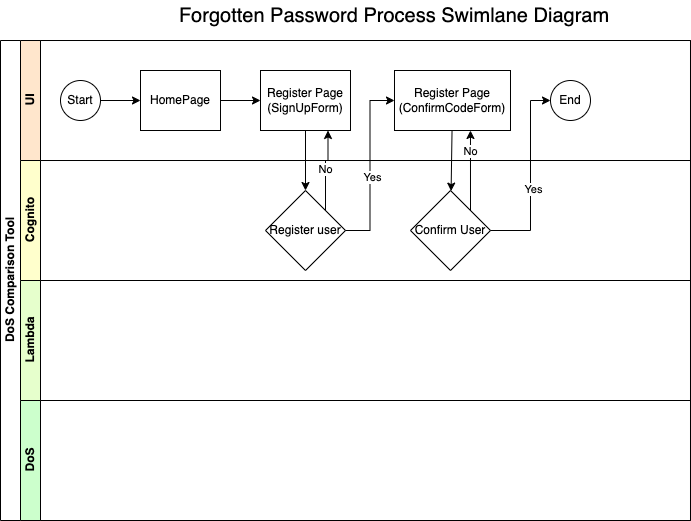
The draw.io diagram documentation/diagrams/processes/Forgotten-Password-Process.drawio.png in nhsd-exeter/dos-comparison-tool, before a commit. Source tidied: cells renumbered, new cells last; positions are measured from the earlier drawing's top-left corner, leaving out a move shared by most shapes.
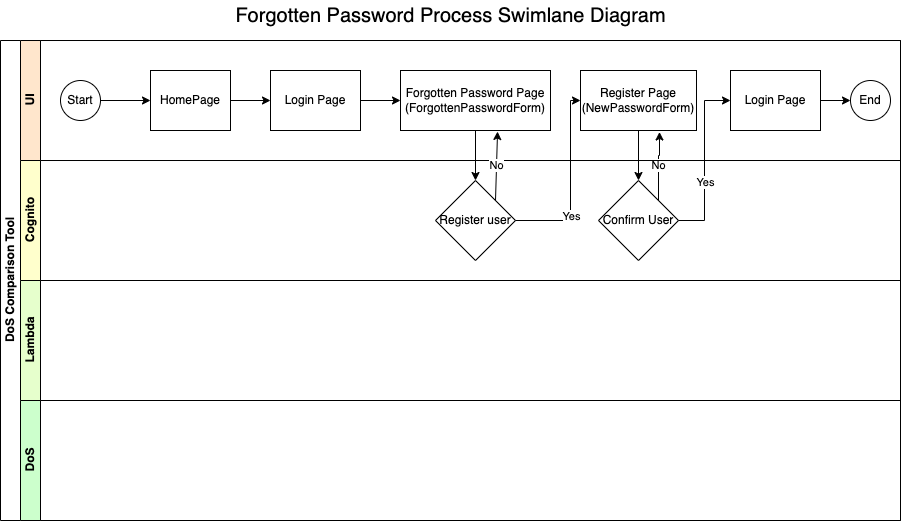
The same file after the commit.

The edit, as a diff of the source:
```diff
@@ -3,90 +3,97 @@
     <mxCell id="0" />
     <mxCell id="1" parent="0" />
     <mxCell id="2" value="DoS Comparison Tool" style="swimlane;html=1;horizontal=0;startSize=20;" parent="1" vertex="1">
-      <mxGeometry y="40" width="690" height="480" as="geometry" />
+      <mxGeometry x="10" y="50" width="900" height="480" as="geometry" />
     </mxCell>
     <mxCell id="3" value="UI" style="swimlane;html=1;startSize=20;horizontal=0;fillColor=#FFE6CC;" parent="2" vertex="1">
-      <mxGeometry x="20" width="670" height="120" as="geometry" />
+      <mxGeometry x="20" width="880" height="120" as="geometry" />
     </mxCell>
-    <mxCell id="4" style="edgeStyle=orthogonalEdgeStyle;rounded=0;jettySize=auto;html=1;" parent="3" edge="1" source="5" target="7">
+    <mxCell id="4" style="edgeStyle=orthogonalEdgeStyle;rounded=0;html=1;" parent="3" edge="1" source="5" target="7">
       <mxGeometry relative="1" as="geometry" />
     </mxCell>
-    <mxCell id="5" value="Start" style="ellipse;whiteSpace=wrap;html=1;" parent="3" vertex="1">
+    <mxCell id="5" value="Start" style="ellipse;whiteSpace=wrap;html=1;flipH=1;" parent="3" vertex="1">
       <mxGeometry x="40" y="40" width="40" height="40" as="geometry" />
     </mxCell>
-    <mxCell id="6" style="edgeStyle=none;html=1;" parent="3" edge="1" source="7" target="8">
-      <mxGeometry relative="1" as="geometry" />
-    </mxCell>
+    <mxCell id="26" style="edgeStyle=orthogonalEdgeStyle;rounded=0;html=1;" parent="3" edge="1" source="7" target="30">
+      <mxGeometry relative="1" as="geometry" />
+    </mxCell>
-    <mxCell id="7" value="HomePage" style="rounded=0;whiteSpace=wrap;html=1;fontFamily=Helvetica;fontSize=12;fontColor=#000000;align=center;" parent="3" vertex="1">
-      <mxGeometry x="120" y="30" width="80" height="60" as="geometry" />
+    <mxCell id="7" value="HomePage" style="rounded=0;whiteSpace=wrap;html=1;fontFamily=Helvetica;fontSize=12;fontColor=#000000;align=center;flipH=1;" parent="3" vertex="1">
+      <mxGeometry x="130" y="30" width="80" height="60" as="geometry" />
     </mxCell>
-    <mxCell id="8" value="Register Page (SignUpForm)" style="rounded=0;whiteSpace=wrap;html=1;fontFamily=Helvetica;fontSize=12;fontColor=#000000;align=center;" parent="3" vertex="1">
-      <mxGeometry x="240" y="30" width="90" height="60" as="geometry" />
-    </mxCell>
+    <mxCell id="27" value="Forgotten Password Page (ForgottenPasswordForm)" style="rounded=0;whiteSpace=wrap;html=1;fontFamily=Helvetica;fontSize=12;fontColor=#000000;align=center;flipH=1;" parent="3" vertex="1">
+      <mxGeometry x="380" y="30" width="150" height="60" as="geometry" />
+    </mxCell>
+    <mxCell id="28" value="Register Page (NewPasswordForm)" style="rounded=0;whiteSpace=wrap;html=1;fontFamily=Helvetica;fontSize=12;fontColor=#000000;align=center;flipH=1;" parent="3" vertex="1">
+      <mxGeometry x="560" y="30" width="116" height="60" as="geometry" />
+    </mxCell>
+    <mxCell id="29" style="edgeStyle=orthogonalEdgeStyle;rounded=0;html=1;" parent="3" edge="1" source="30" target="27">
+      <mxGeometry relative="1" as="geometry" />
+    </mxCell>
+    <mxCell id="30" value="Login Page" style="rounded=0;whiteSpace=wrap;html=1;fontFamily=Helvetica;fontSize=12;fontColor=#000000;align=center;flipH=1;" parent="3" vertex="1">
+      <mxGeometry x="250" y="30" width="90" height="60" as="geometry" />
+    </mxCell>
+    <mxCell id="31" style="edgeStyle=orthogonalEdgeStyle;rounded=0;html=1;" parent="3" edge="1" source="32" target="9">
+      <mxGeometry relative="1" as="geometry" />
+    </mxCell>
+    <mxCell id="32" value="Login Page" style="rounded=0;whiteSpace=wrap;html=1;fontFamily=Helvetica;fontSize=12;fontColor=#000000;align=center;flipH=1;" parent="3" vertex="1">
+      <mxGeometry x="710" y="30" width="90" height="60" as="geometry" />
+    </mxCell>
-    <mxCell id="9" value="End" style="ellipse;whiteSpace=wrap;html=1;" parent="3" vertex="1">
-      <mxGeometry x="530" y="40" width="40" height="40" as="geometry" />
+    <mxCell id="9" value="End" style="ellipse;whiteSpace=wrap;html=1;flipH=1;" parent="3" vertex="1">
+      <mxGeometry x="830" y="40" width="40" height="40" as="geometry" />
     </mxCell>
-    <mxCell id="10" value="Register Page (ConfirmCodeForm)" style="rounded=0;whiteSpace=wrap;html=1;fontFamily=Helvetica;fontSize=12;fontColor=#000000;align=center;" parent="3" vertex="1">
-      <mxGeometry x="374" y="30" width="116" height="60" as="geometry" />
-    </mxCell>
+    <mxCell id="33" style="edgeStyle=orthogonalEdgeStyle;rounded=0;html=1;entryX=0.5;entryY=0;entryDx=0;entryDy=0;" parent="2" edge="1" source="28" target="13">
+      <mxGeometry relative="1" as="geometry" />
+    </mxCell>
+    <mxCell id="34" value="No" style="edgeStyle=orthogonalEdgeStyle;rounded=0;html=1;exitX=1;exitY=0;exitDx=0;exitDy=0;entryX=0.319;entryY=1.025;entryDx=0;entryDy=0;entryPerimeter=0;" parent="2" edge="1" source="13" target="28">
+      <mxGeometry relative="1" as="geometry">
+        <Array as="points">
+          <mxPoint x="658" y="115" />
+          <mxPoint x="659" y="115" />
+        </Array>
+      </mxGeometry>
+    </mxCell>
     <mxCell id="11" value="Cognito" style="swimlane;html=1;startSize=20;horizontal=0;fillColor=#FFFFCC;" parent="2" vertex="1">
-      <mxGeometry x="20" y="120" width="670" height="120" as="geometry" />
+      <mxGeometry x="20" y="120" width="880" height="120" as="geometry" />
     </mxCell>
     <mxCell id="12" value="&lt;span&gt;Register user&lt;/span&gt;" style="rhombus;whiteSpace=wrap;html=1;" parent="11" vertex="1">
-      <mxGeometry x="245" y="30" width="80" height="80" as="geometry" />
+      <mxGeometry x="415" y="20" width="80" height="80" as="geometry" />
     </mxCell>
     <mxCell id="13" value="&lt;span&gt;Confirm User&lt;/span&gt;" style="rhombus;whiteSpace=wrap;html=1;" parent="11" vertex="1">
-      <mxGeometry x="390" y="30" width="80" height="80" as="geometry" />
+      <mxGeometry x="578" y="20" width="80" height="80" as="geometry" />
     </mxCell>
     <mxCell id="14" value="Lambda" style="swimlane;html=1;startSize=20;horizontal=0;fillColor=#E6FFCC;" parent="2" vertex="1">
-      <mxGeometry x="20" y="240" width="670" height="120" as="geometry" />
+      <mxGeometry x="20" y="240" width="880" height="120" as="geometry" />
     </mxCell>
     <mxCell id="15" value="DoS" style="swimlane;html=1;startSize=20;horizontal=0;fillColor=#CCFFCC;" parent="2" vertex="1">
-      <mxGeometry x="20" y="360" width="670" height="120" as="geometry" />
+      <mxGeometry x="20" y="360" width="880" height="120" as="geometry" />
     </mxCell>
-    <mxCell id="16" style="edgeStyle=orthogonalEdgeStyle;html=1;rounded=0;" parent="2" edge="1" source="8" target="12">
-      <mxGeometry relative="1" as="geometry" />
-    </mxCell>
-    <mxCell id="17" value="No" style="edgeStyle=orthogonalEdgeStyle;rounded=0;html=1;exitX=1;exitY=0;exitDx=0;exitDy=0;entryX=0.75;entryY=1;entryDx=0;entryDy=0;" parent="2" edge="1" source="12" target="8">
-      <mxGeometry relative="1" as="geometry">
-        <Array as="points">
-          <mxPoint x="325" y="120" />
-          <mxPoint x="328" y="120" />
-        </Array>
-      </mxGeometry>
-    </mxCell>
-    <mxCell id="18" style="edgeStyle=orthogonalEdgeStyle;rounded=0;html=1;entryX=0;entryY=0.5;entryDx=0;entryDy=0;" parent="2" edge="1" source="12" target="10">
-      <mxGeometry relative="1" as="geometry" />
-    </mxCell>
-    <mxCell id="19" value="Yes" style="edgeLabel;html=1;align=center;verticalAlign=middle;" parent="18" vertex="1">
-      <mxGeometry x="-0.11" y="-3" relative="1" as="geometry">
-        <mxPoint x="-1" y="2" as="offset" />
-      </mxGeometry>
-    </mxCell>
-    <mxCell id="20" style="edgeStyle=none;html=1;" parent="2" edge="1" source="10" target="13">
-      <mxGeometry relative="1" as="geometry" />
-    </mxCell>
-    <mxCell id="21" style="edgeStyle=orthogonalEdgeStyle;rounded=0;html=1;entryX=0;entryY=0.5;entryDx=0;entryDy=0;" parent="2" edge="1" source="13" target="9">
-      <mxGeometry relative="1" as="geometry">
-        <Array as="points">
-          <mxPoint x="530" y="190" />
-          <mxPoint x="530" y="60" />
-        </Array>
-      </mxGeometry>
-    </mxCell>
-    <mxCell id="22" value="Yes" style="edgeLabel;html=1;align=center;verticalAlign=middle;" parent="21" vertex="1">
-      <mxGeometry x="-0.11" y="-3" relative="1" as="geometry">
-        <mxPoint x="-1" y="2" as="offset" />
-      </mxGeometry>
-    </mxCell>
-    <mxCell id="23" style="edgeStyle=none;html=1;entryX=0.655;entryY=1;entryDx=0;entryDy=0;exitX=1;exitY=0;exitDx=0;exitDy=0;entryPerimeter=0;" parent="2" edge="1" source="13" target="10">
-      <mxGeometry relative="1" as="geometry" />
-    </mxCell>
-    <mxCell id="24" value="No" style="edgeLabel;html=1;align=center;verticalAlign=middle;" parent="23" vertex="1">
-      <mxGeometry x="0.5" relative="1" as="geometry" />
-    </mxCell>
+    <mxCell id="35" style="edgeStyle=orthogonalEdgeStyle;rounded=0;html=1;entryX=0.5;entryY=0;entryDx=0;entryDy=0;" parent="2" edge="1" source="27" target="12">
+      <mxGeometry relative="1" as="geometry" />
+    </mxCell>
+    <mxCell id="36" style="edgeStyle=orthogonalEdgeStyle;rounded=0;html=1;entryX=0;entryY=0.5;entryDx=0;entryDy=0;exitX=1;exitY=0.5;exitDx=0;exitDy=0;" parent="2" edge="1" source="12" target="28">
+      <mxGeometry relative="1" as="geometry">
+        <Array as="points">
+          <mxPoint x="570" y="180" />
+          <mxPoint x="570" y="60" />
+        </Array>
+      </mxGeometry>
+    </mxCell>
+    <mxCell id="37" value="Yes" style="edgeLabel;html=1;align=center;verticalAlign=middle;" parent="36" vertex="1">
+      <mxGeometry x="-0.35" y="1" relative="1" as="geometry">
+        <mxPoint x="1" as="offset" />
+      </mxGeometry>
+    </mxCell>
+    <mxCell id="38" value="No" style="edgeStyle=none;html=1;exitX=1;exitY=0;exitDx=0;exitDy=0;entryX=0.353;entryY=1.017;entryDx=0;entryDy=0;entryPerimeter=0;" parent="2" edge="1" source="12" target="27">
+      <mxGeometry relative="1" as="geometry" />
+    </mxCell>
+    <mxCell id="39" style="edgeStyle=orthogonalEdgeStyle;html=1;entryX=0;entryY=0.5;entryDx=0;entryDy=0;rounded=0;" parent="2" edge="1" source="13" target="32">
+      <mxGeometry relative="1" as="geometry" />
+    </mxCell>
+    <mxCell id="40" value="Yes&lt;br&gt;" style="edgeLabel;html=1;align=center;verticalAlign=middle;" parent="39" vertex="1">
+      <mxGeometry x="-0.24" relative="1" as="geometry" />
+    </mxCell>
     <mxCell id="25" value="Forgotten Password Process Swimlane Diagram" style="text;html=1;strokeColor=none;fillColor=none;align=center;verticalAlign=middle;whiteSpace=wrap;rounded=0;fontSize=20;" parent="1" vertex="1">
-      <mxGeometry x="174" width="440" height="30" as="geometry" />
+      <mxGeometry x="239.5" y="10" width="441" height="30" as="geometry" />
     </mxCell>
   </root>
 </mxGraphModel>
```
